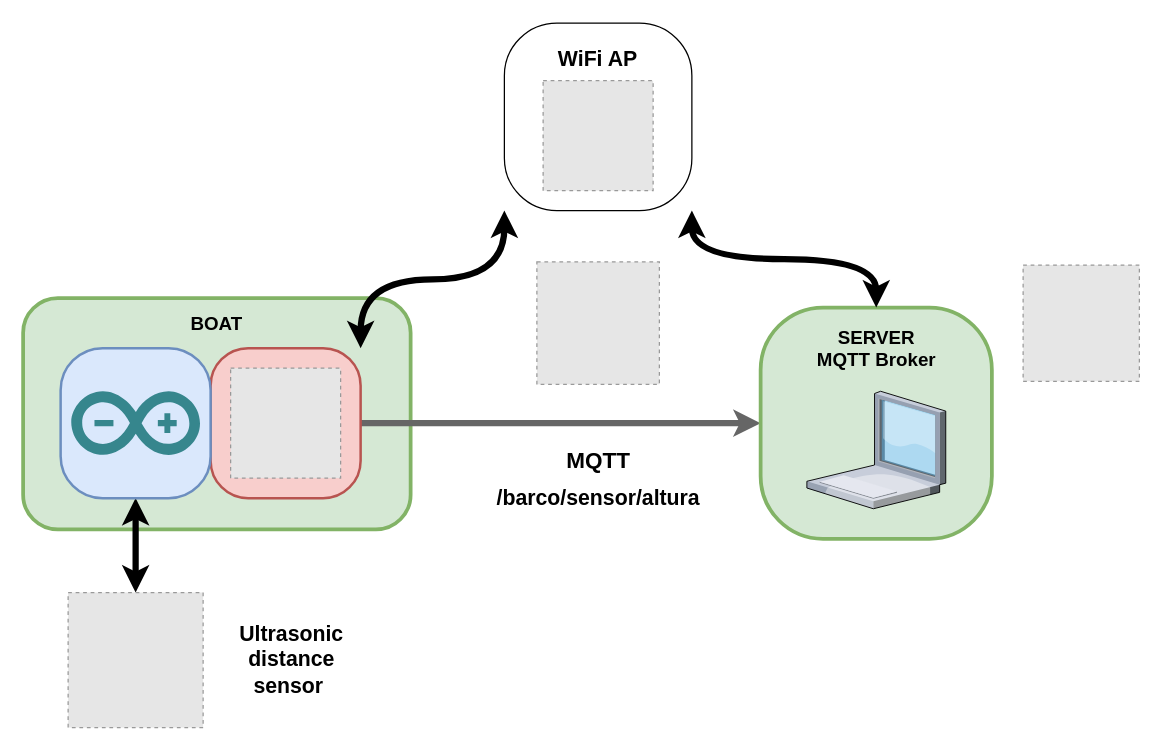
This is Untitled Diagram.drawio from javijnb/LPRO_diagrams, a draw.io file, before an edit. Source tidied: cells renumbered, new cells numbered last; positions are measured from the earlier drawing's top-left corner, leaving out a move shared by most shapes. Both pictures are drawn from the tidied source at 125%, with x=0, y=0 at pixel (22, 22). Pictures stored in the file or linked from it are replaced by grey dashed boxes.
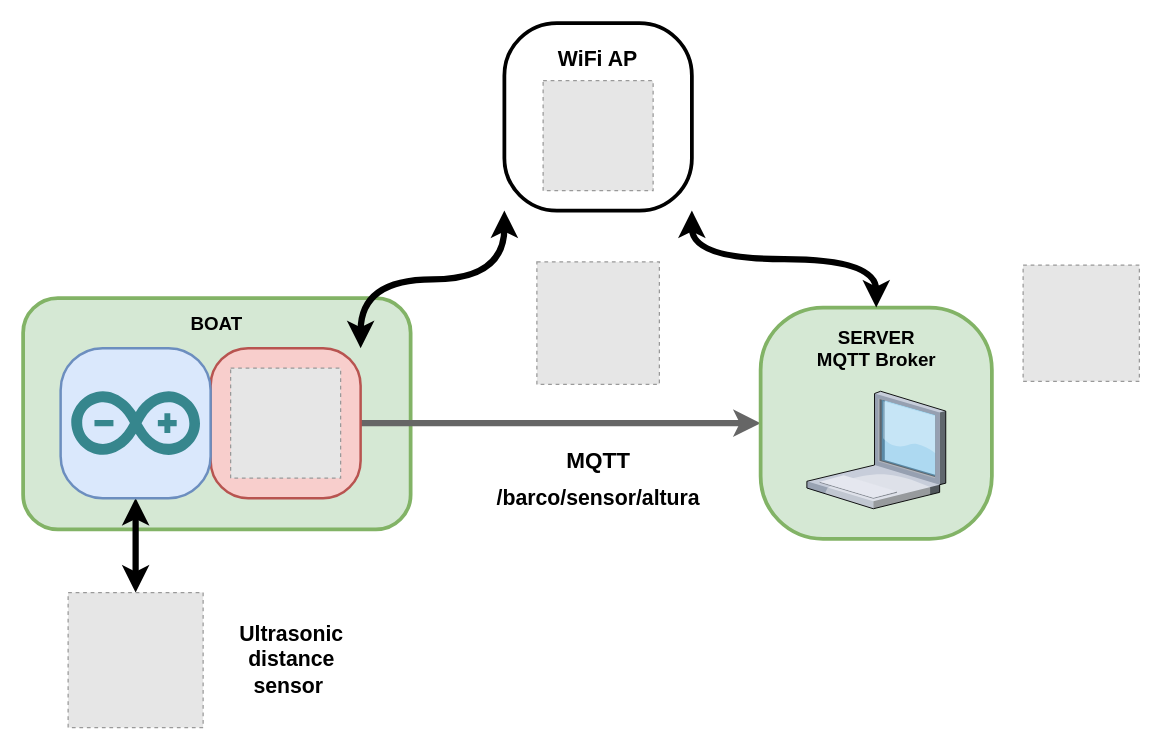
After the change.

Change to the diagram source:
```diff
@@
-    <mxCell id="14" style="whiteSpace=wrap;html=1;rounded=1;arcSize=28;" parent="1" vertex="1">
+    <mxCell id="14" style="whiteSpace=wrap;html=1;rounded=1;arcSize=28;strokeWidth=3;" parent="1" vertex="1">
       <mxGeometry x="385" width="150" height="150" as="geometry" />
     </mxCell>
```
